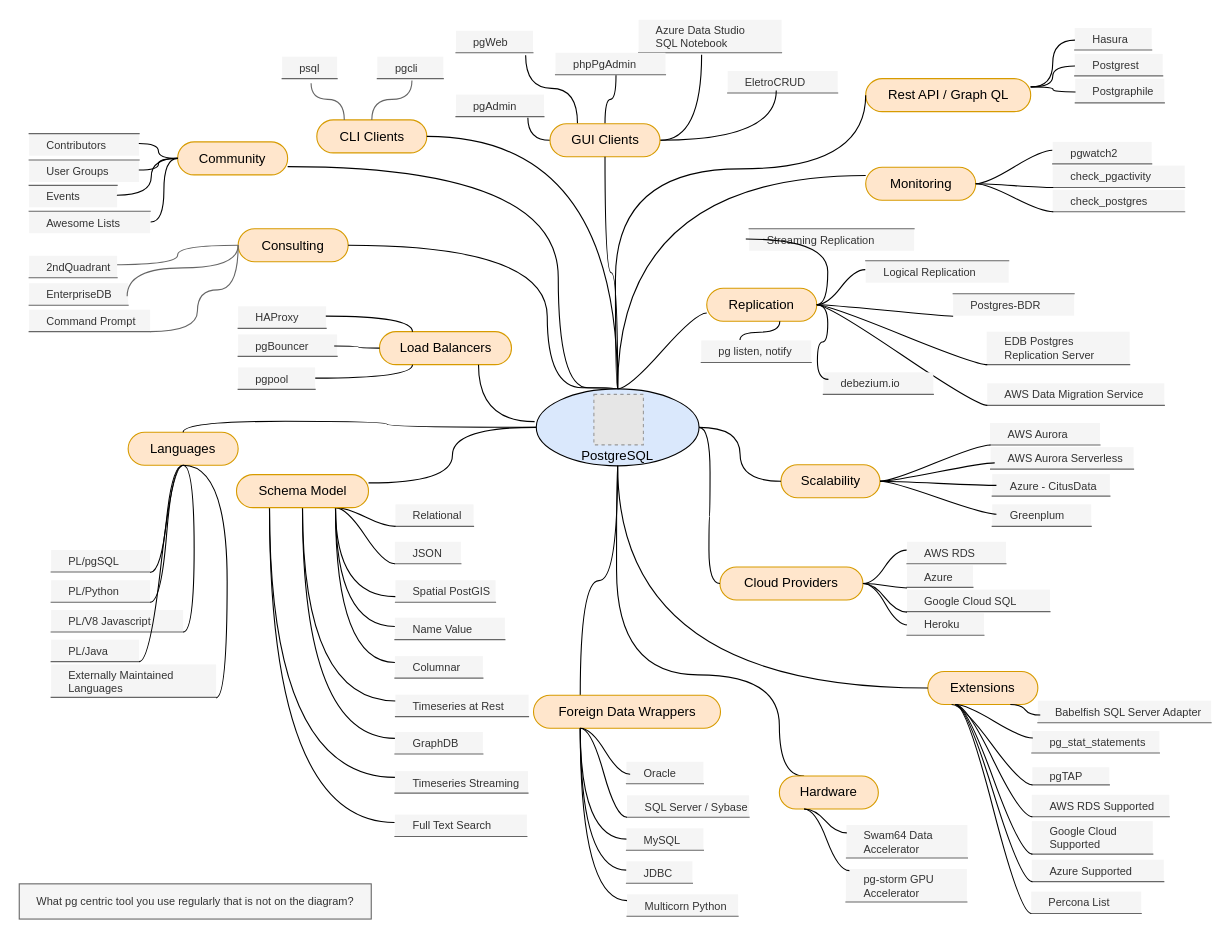
EfficiencyGeek/postgresql-ecosystem keeps this draw.io diagram as postgresql-ecosystem.drawio. Above is the earlier version. Source tidied: cells renumbered, new cells numbered last; positions are measured from the earlier drawing's top-left corner, leaving out a move shared by most shapes. Both pictures are drawn from the tidied source at 110%, with x=0, y=0 at pixel (19, 19). Pictures stored in the file or linked from it are replaced by grey dashed boxes.
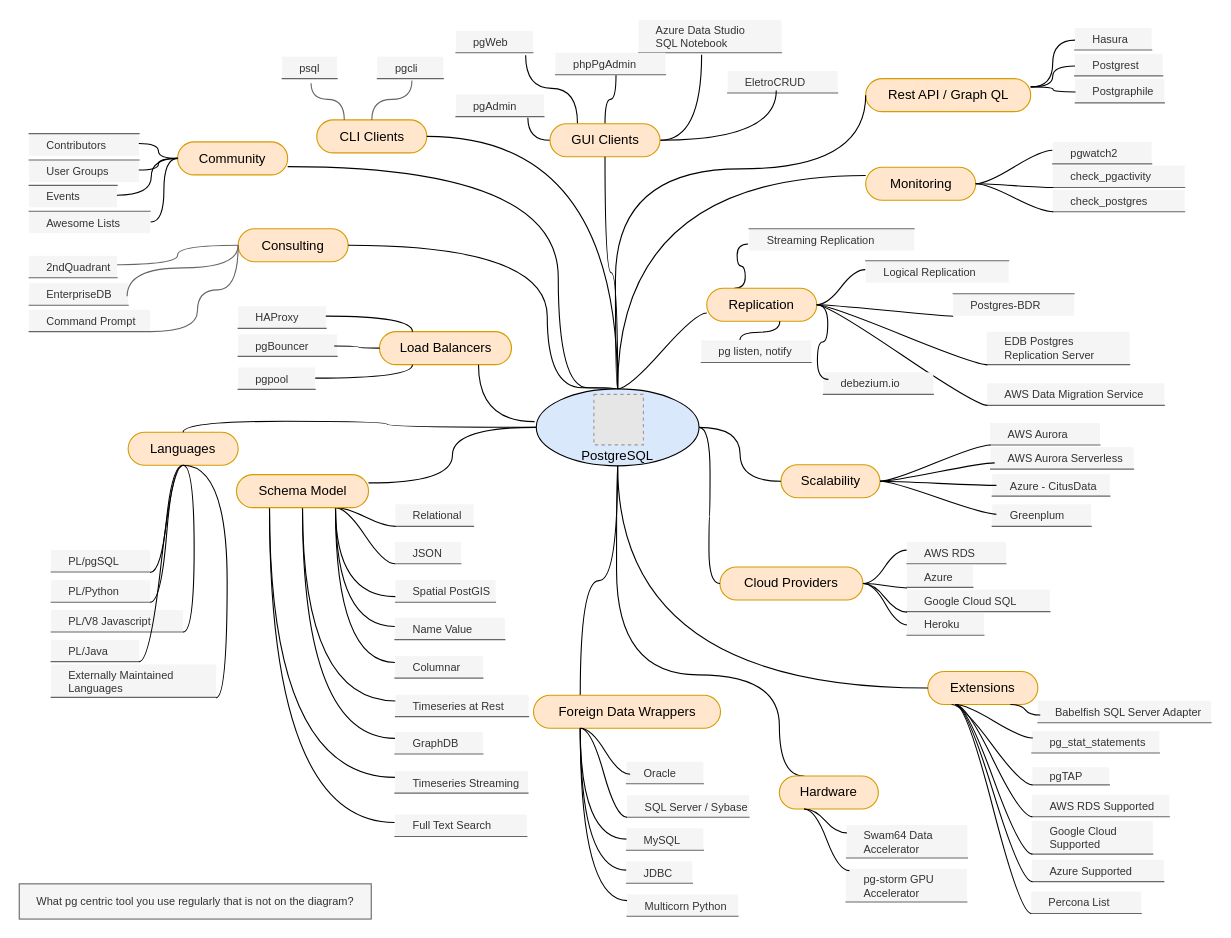
The same page after the edit.

Unchanged cells that the change refers to:
```xml
<mxCell id="50" value="Streaming Replication" style="whiteSpace=wrap;html=1;shape=partialRectangle;top=0;left=0;bottom=1;right=0;points=[[0,1],[1,1]];strokeColor=#666666;fillColor=#f5f5f5;align=left;verticalAlign=middle;routingCenterY=0.5;snapToPoint=1;fontColor=#333333;flipV=1;flipH=0;fontSize=10;spacingLeft=14;" parent="1" vertex="1">
  <mxGeometry x="663.5" y="190.5" width="150" height="20" as="geometry" />
</mxCell>
<mxCell id="57" value="Replication" style="whiteSpace=wrap;html=1;rounded=1;arcSize=50;align=center;verticalAlign=middle;strokeWidth=1;spacing=4;fillColor=#ffe6cc;strokeColor=#d79b00;" parent="1" vertex="1">
  <mxGeometry x="625" y="244.5" width="100" height="30" as="geometry" />
</mxCell>
```

Change to the diagram source:
```diff
@@
-    <mxCell id="53" style="edgeStyle=entityRelationEdgeStyle;startArrow=none;endArrow=none;segment=10;curved=1;entryX=-0.02;entryY=0.536;entryDx=0;entryDy=0;entryPerimeter=0;" parent="1" edge="1" source="57" target="50">
+    <mxCell id="53" style="edgeStyle=entityRelationEdgeStyle;startArrow=none;endArrow=none;segment=10;curved=1;entryX=-0.006;entryY=0.311;entryDx=0;entryDy=0;entryPerimeter=0;exitX=0.25;exitY=0;exitDx=0;exitDy=0;" parent="1" edge="1" source="57" target="50">
       <mxGeometry relative="1" as="geometry" />
     </mxCell>
```
